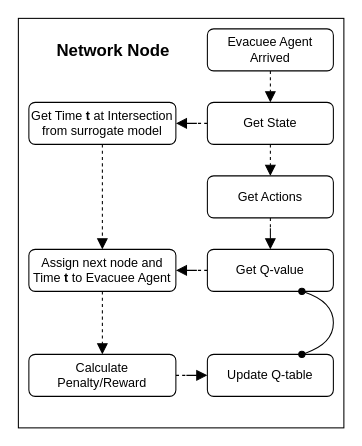
The draw.io diagram page "Node" (2 of 5) of new_model/man/EvacuationFlow.drawio in erick2307/tsuevac, before the edit. Source tidied: cells renumbered, new cells numbered last; positions are measured from the earlier drawing's top-left corner, leaving out a move shared by most shapes. Both pictures are drawn from the tidied source at 105%, with x=0, y=0 at pixel (18, 18).
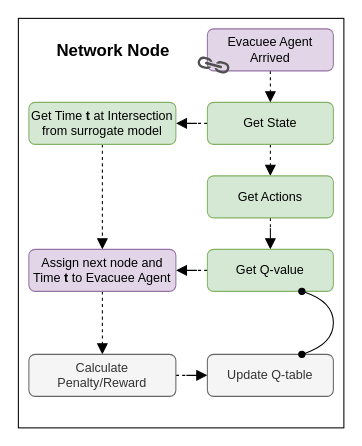
The same diagram, later.

What changed in the source:
```diff
@@
-    <mxCell id="5" value="Get State" style="rounded=1;whiteSpace=wrap;html=1;fontSize=12;glass=0;strokeWidth=1;shadow=0;" parent="1" vertex="1">
+    <mxCell id="5" value="Get State" style="rounded=1;whiteSpace=wrap;html=1;fontSize=12;glass=0;strokeWidth=1;shadow=0;fillColor=#d5e8d4;strokeColor=#82b366;" parent="1" vertex="1">
       <mxGeometry x="180" y="80" width="120" height="40" as="geometry" />
     </mxCell>
@@
-    <mxCell id="9" value="Evacuee Agent Arrived" style="rounded=1;whiteSpace=wrap;html=1;shadow=0;glass=0;strokeWidth=1;fillColor=default;" parent="1" vertex="1">
+    <mxCell id="9" value="Evacuee Agent Arrived" style="rounded=1;whiteSpace=wrap;html=1;shadow=0;glass=0;strokeWidth=1;fillColor=#e1d5e7;strokeColor=#9673a6;" parent="1" vertex="1">
       <mxGeometry x="180" y="10" width="120" height="40" as="geometry" />
     </mxCell>
@@
-    <mxCell id="11" value="Get Actions" style="whiteSpace=wrap;html=1;rounded=1;glass=0;strokeWidth=1;shadow=0;" parent="1" vertex="1">
+    <mxCell id="11" value="Get Actions" style="whiteSpace=wrap;html=1;rounded=1;glass=0;strokeWidth=1;shadow=0;fillColor=#d5e8d4;strokeColor=#82b366;" parent="1" vertex="1">
       <mxGeometry x="180" y="150" width="120" height="40" as="geometry" />
     </mxCell>
@@
-    <mxCell id="13" value="Get Q-value" style="whiteSpace=wrap;html=1;rounded=1;glass=0;strokeWidth=1;shadow=0;" parent="1" vertex="1">
+    <mxCell id="13" value="Get Q-value" style="whiteSpace=wrap;html=1;rounded=1;glass=0;strokeWidth=1;shadow=0;fillColor=#d5e8d4;strokeColor=#82b366;" parent="1" vertex="1">
       <mxGeometry x="180" y="220" width="120" height="40" as="geometry" />
     </mxCell>
@@
-    <mxCell id="15" value="Get Time &lt;b&gt;t&amp;nbsp;&lt;/b&gt;at Intersection&lt;br&gt;from surrogate model" style="rounded=1;whiteSpace=wrap;html=1;fontSize=12;glass=0;strokeWidth=1;shadow=0;" parent="1" vertex="1">
+    <mxCell id="15" value="Get Time &lt;b&gt;t&amp;nbsp;&lt;/b&gt;at Intersection&lt;br&gt;from surrogate model" style="rounded=1;whiteSpace=wrap;html=1;fontSize=12;glass=0;strokeWidth=1;shadow=0;fillColor=#d5e8d4;strokeColor=#82b366;" parent="1" vertex="1">
       <mxGeometry x="10" y="80" width="140" height="40" as="geometry" />
     </mxCell>
@@
-    <mxCell id="17" value="Assign next node and Time &lt;b&gt;t&amp;nbsp;&lt;/b&gt;to Evacuee Agent" style="whiteSpace=wrap;html=1;rounded=1;glass=0;strokeWidth=1;shadow=0;" parent="1" vertex="1">
+    <mxCell id="17" value="Assign next node and Time &lt;b&gt;t&amp;nbsp;&lt;/b&gt;to Evacuee Agent" style="whiteSpace=wrap;html=1;rounded=1;glass=0;strokeWidth=1;shadow=0;fillColor=#e1d5e7;strokeColor=#9673a6;" parent="1" vertex="1">
       <mxGeometry x="10" y="220" width="140" height="40" as="geometry" />
     </mxCell>
@@
-    <mxCell id="19" value="Calculate Penalty/Reward" style="whiteSpace=wrap;html=1;rounded=1;glass=0;strokeWidth=1;shadow=0;" parent="1" vertex="1">
+    <mxCell id="19" value="Calculate Penalty/Reward" style="whiteSpace=wrap;html=1;rounded=1;glass=0;strokeWidth=1;shadow=0;fillColor=#f5f5f5;fontColor=#333333;strokeColor=#666666;" parent="1" vertex="1">
       <mxGeometry x="10" y="320" width="140" height="40" as="geometry" />
     </mxCell>
-    <mxCell id="20" value="Update Q-table" style="whiteSpace=wrap;html=1;rounded=1;glass=0;strokeWidth=1;shadow=0;" parent="1" vertex="1">
+    <mxCell id="20" value="Update Q-table" style="whiteSpace=wrap;html=1;rounded=1;glass=0;strokeWidth=1;shadow=0;fillColor=#f5f5f5;fontColor=#333333;strokeColor=#666666;" parent="1" vertex="1">
       <mxGeometry x="180" y="320" width="120" height="40" as="geometry" />
     </mxCell>
@@
+    <mxCell id="22" style="sketch=0;shadow=0;dashed=0;html=1;strokeColor=none;fillColor=#505050;labelPosition=center;verticalLabelPosition=bottom;verticalAlign=top;align=center;shape=mxgraph.office.concepts.link;rotation=15;" parent="1" vertex="1">
+      <mxGeometry x="170" y="39" width="31.9" height="11" as="geometry" />
+    </mxCell>
```
